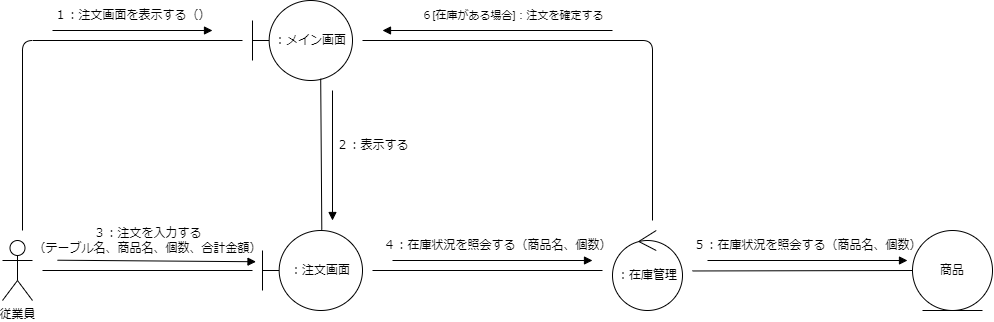
Before: psp4/コミュニケーション図/コミュニケーション図_オーダー.drawio.png, a diagram exported from draw.io (MasakiHiguchi/---). Source tidied: cells renumbered, new cells last; positions are measured from the earlier drawing's top-left corner, leaving out a move shared by most shapes.
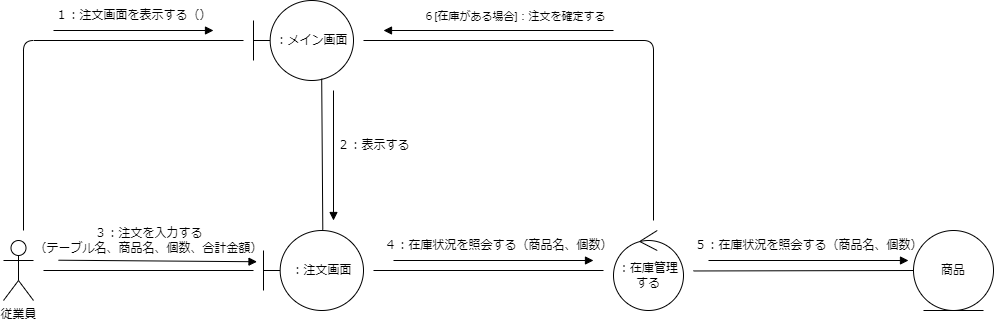
The same file after the commit.

Change to the diagram source:
```diff
@@ -23,7 +23,7 @@
     <mxCell id="5" value="：メイン画面" style="shape=umlBoundary;whiteSpace=wrap;html=1;" parent="1" vertex="1">
       <mxGeometry x="250" width="100" height="80" as="geometry" />
     </mxCell>
-    <mxCell id="6" value="：在庫管理" style="ellipse;shape=umlControl;whiteSpace=wrap;html=1;" parent="1" vertex="1">
+    <mxCell id="6" value="：在庫管理する" style="ellipse;shape=umlControl;whiteSpace=wrap;html=1;" parent="1" vertex="1">
       <mxGeometry x="610" y="230" width="70" height="80" as="geometry" />
     </mxCell>
     <mxCell id="7" style="edgeStyle=none;html=1;exitX=0;exitY=0.5;exitDx=0;exitDy=0;endArrow=none;endFill=0;" parent="1" edge="1" source="8">
```
